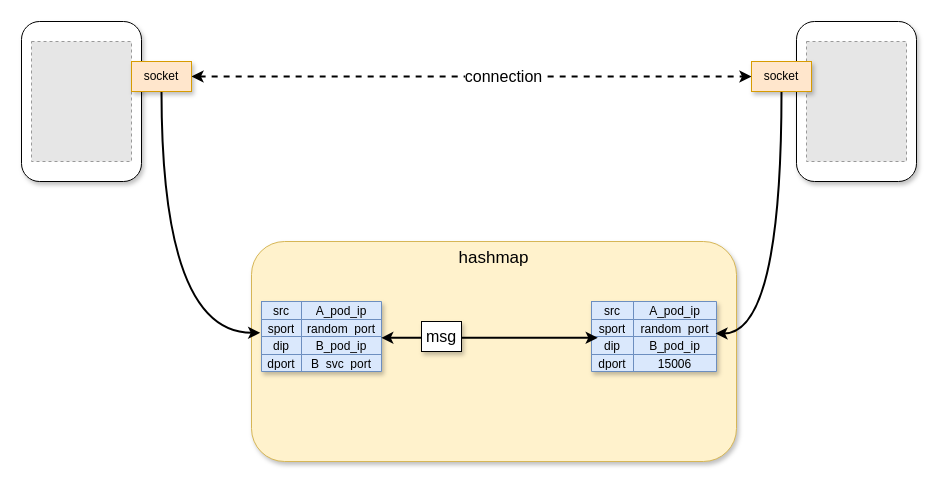
This is Envoy_to_envoy_accelerat.drawio from xu1zhou/Documents, a draw.io file, before an edit. Source tidied: cells renumbered, new cells numbered last; positions are measured from the earlier drawing's top-left corner, leaving out a move shared by most shapes. Both pictures are drawn from the tidied source at 100%, with x=0, y=0 at pixel (21, 21). Pictures stored in the file or linked from it are replaced by grey dashed boxes.
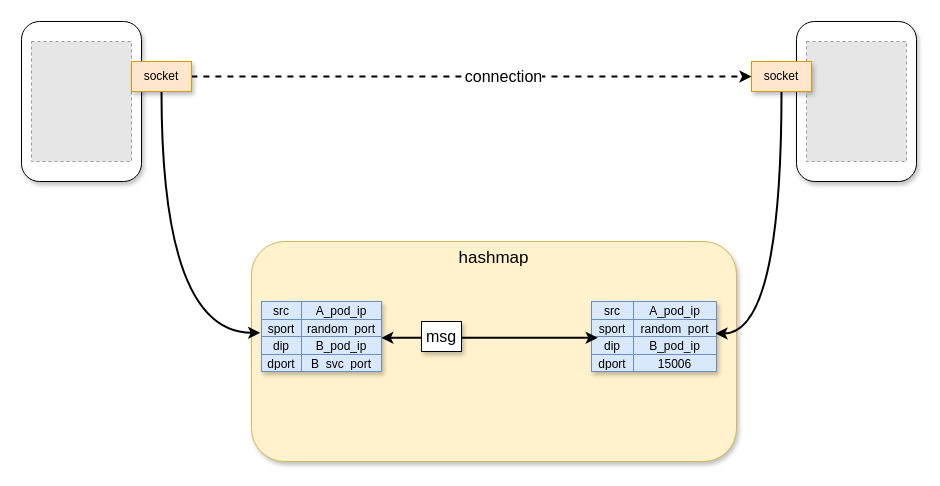
The same diagram, later.

Unchanged cells that the change refers to:
```xml
<mxCell id="36" value="socket" style="rounded=0;whiteSpace=wrap;html=1;shadow=1;align=center;fillColor=#ffe6cc;strokeColor=#d79b00;" parent="1" vertex="1">
  <mxGeometry x="110" y="40" width="60" height="30" as="geometry" />
</mxCell>
<mxCell id="38" value="socket" style="rounded=0;whiteSpace=wrap;html=1;shadow=1;align=center;fillColor=#ffe6cc;strokeColor=#d79b00;" parent="1" vertex="1">
  <mxGeometry x="730" y="40" width="60" height="30" as="geometry" />
</mxCell>
```

Diff of the diagram source:
```diff
@@
-    <mxCell id="34" style="edgeStyle=orthogonalEdgeStyle;curved=1;sketch=0;jettySize=auto;html=1;entryX=0;entryY=0.5;entryDx=0;entryDy=0;strokeWidth=2;fontSize=16;startArrow=classic;startFill=1;dashed=1;" parent="1" edge="1" source="36" target="38">
+    <mxCell id="34" style="edgeStyle=orthogonalEdgeStyle;curved=1;sketch=0;jettySize=auto;html=1;entryX=0;entryY=0.5;entryDx=0;entryDy=0;strokeWidth=2;fontSize=16;startArrow=none;startFill=0;dashed=1;" parent="1" edge="1" source="36" target="38">
       <mxGeometry relative="1" as="geometry" />
     </mxCell>
```
